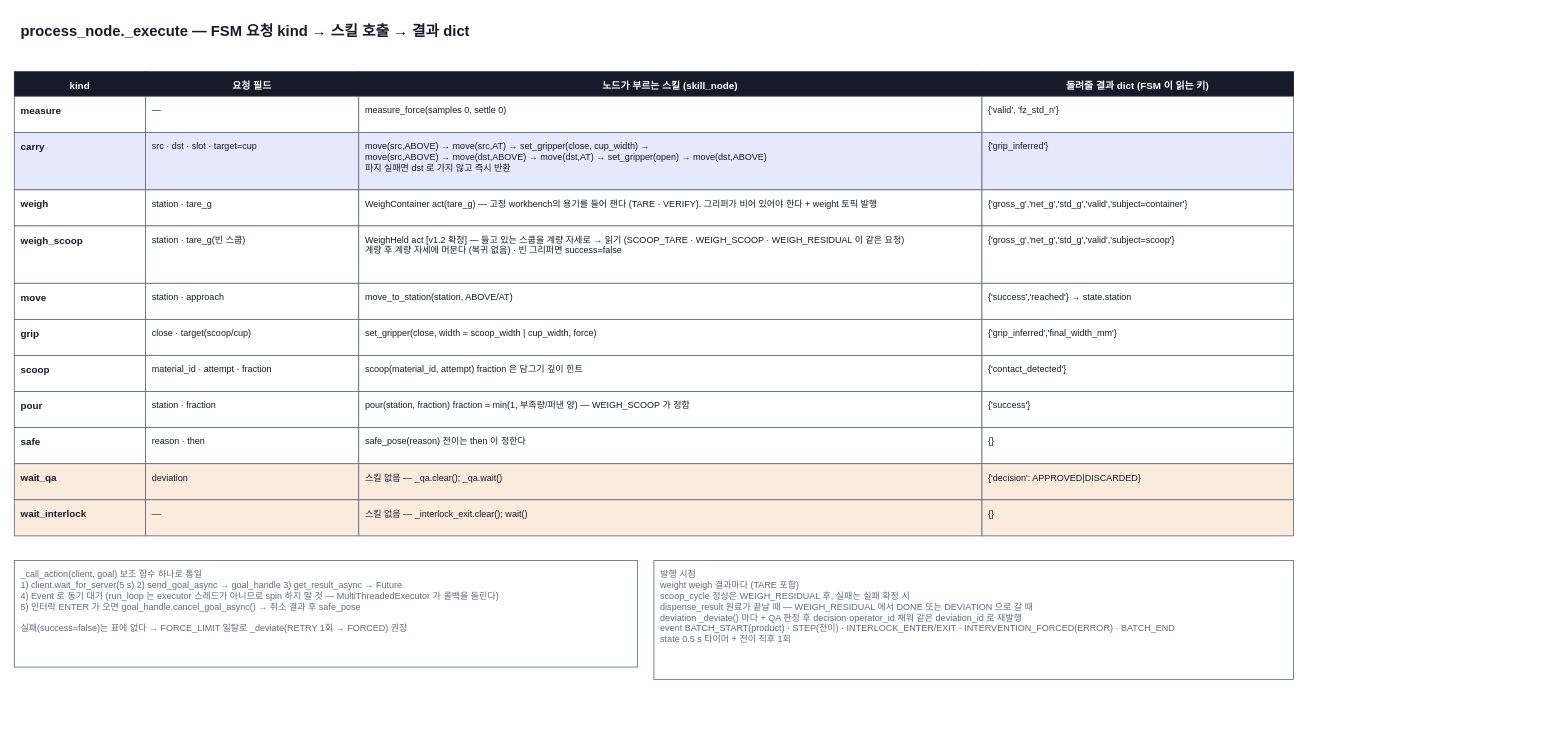
Above: page "3 요청↔스킬 번역 (_execute)" (3 of 4) of docs/diagrams/process_flow.drawio in Jik-Kim/auto-pharmacist (draw.io), before the change. Source tidied: cells renumbered, new cells numbered last; positions are measured from the earlier drawing's top-left corner, leaving out a move shared by most shapes. Both pictures are drawn from the tidied source at 82%, with x=0, y=0 at pixel (14, 14).
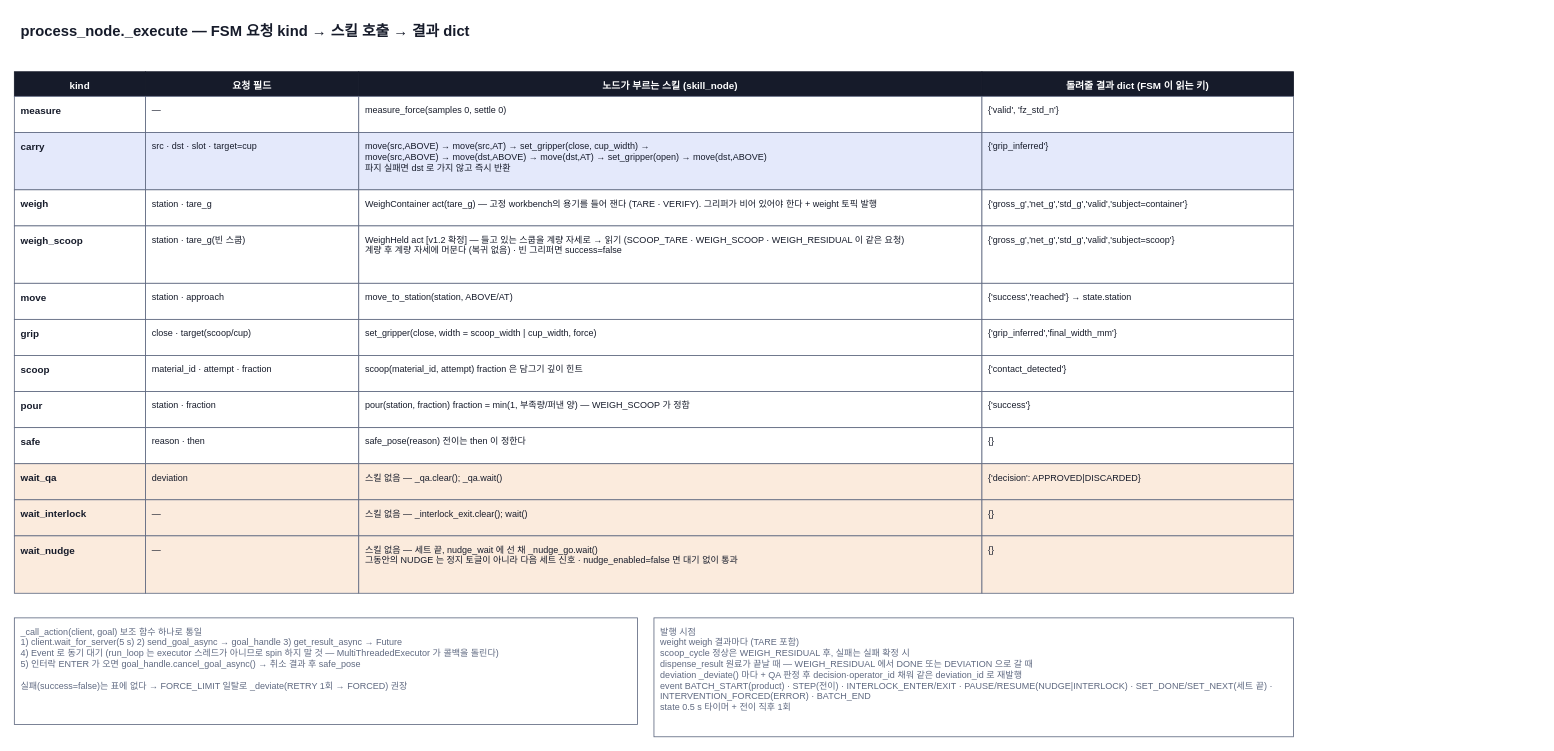
The same diagram, later.

Commit message (it also covers changes not shown here):
docs(diagrams): C 플로우차트에 세트 끝 NUDGE_WAIT 반영 — 전이도 7열, wait_nudge 요청, 상태별 흐름 행, SET_DONE/SET_NEXT

The edit, as a diff of the source:
```diff
@@
-    <mxCell id="51" value="_call_action(client, goal) 보조 함수 하나로 통일&lt;br&gt;  1) client.wait_for_server(5 s)   2) send_goal_async → goal_handle   3) get_result_async → Future&lt;br&gt;  4) Event 로 동기 대기 (run_loop 는 executor 스레드가 아니므로 spin 하지 말 것 — MultiThreadedExecutor 가 콜백을 돌린다)&lt;br&gt;  5) 인터락 ENTER 가 오면 goal_handle.cancel_goal_async()  → 취소 결과 후 safe_pose&lt;br&gt;&lt;br&gt;실패(success=false)는 표에 없다 → FORCE_LIMIT 일탈로 _deviate(RETRY 1회 → FORCED) 권장" style="rounded=0;whiteSpace=wrap;html=1;fillColor=#FFFFFF;strokeColor=#5F6980;fontColor=#5F6980;fontSize=11;align=left;verticalAlign=top;spacingTop=4;spacingLeft=6;spacingRight=6;" parent="1" vertex="1">
-      <mxGeometry y="666" width="760" height="130" as="geometry" />
+    <mxCell id="51" value="wait_nudge" style="rounded=0;whiteSpace=wrap;html=1;fillColor=#FBEBDD;strokeColor=#5F6980;fontColor=#161B2A;fontSize=12;align=left;verticalAlign=top;spacingTop=4;spacingLeft=6;spacingRight=6;fontStyle=1;" parent="1" vertex="1">
+      <mxGeometry y="636" width="160" height="70" as="geometry" />
     </mxCell>
-    <mxCell id="52" value="발행 시점&lt;br&gt;  weight            weigh 결과마다 (TARE 포함)&lt;br&gt;  scoop_cycle       정상은 WEIGH_RESIDUAL 후, 실패는 실패 확정 시&lt;br&gt;  dispense_result   원료가 끝날 때 — WEIGH_RESIDUAL 에서 DONE 또는 DEVIATION 으로 갈 때&lt;br&gt;  deviation         _deviate() 마다 + QA 판정 후 decision·operator_id 채워 같은 deviation_id 로 재발행&lt;br&gt;  event             BATCH_START(product) · STEP(전이) · INTERLOCK_ENTER/EXIT · INTERVENTION_FORCED(ERROR) · BATCH_END&lt;br&gt;  state             0.5 s 타이머 + 전이 직후 1회" style="rounded=0;whiteSpace=wrap;html=1;fillColor=#FFFFFF;strokeColor=#5F6980;fontColor=#5F6980;fontSize=11;align=left;verticalAlign=top;spacingTop=4;spacingLeft=6;spacingRight=6;" parent="1" vertex="1">
-      <mxGeometry x="780" y="666" width="780" height="145" as="geometry" />
+    <mxCell id="52" value="—" style="rounded=0;whiteSpace=wrap;html=1;fillColor=#FBEBDD;strokeColor=#5F6980;fontColor=#161B2A;fontSize=11;align=left;verticalAlign=top;spacingTop=4;spacingLeft=6;spacingRight=6;" parent="1" vertex="1">
+      <mxGeometry x="160" y="636" width="260" height="70" as="geometry" />
     </mxCell>
+    <mxCell id="53" value="스킬 없음 — 세트 끝, nudge_wait 에 선 채 _nudge_go.wait()&lt;br&gt;그동안의 NUDGE 는 정지 토글이 아니라 다음 세트 신호 · nudge_enabled=false 면 대기 없이 통과" style="rounded=0;whiteSpace=wrap;html=1;fillColor=#FBEBDD;strokeColor=#5F6980;fontColor=#161B2A;fontSize=11;align=left;verticalAlign=top;spacingTop=4;spacingLeft=6;spacingRight=6;" parent="1" vertex="1">
+      <mxGeometry x="420" y="636" width="760" height="70" as="geometry" />
+    </mxCell>
+    <mxCell id="54" value="{}" style="rounded=0;whiteSpace=wrap;html=1;fillColor=#FBEBDD;strokeColor=#5F6980;fontColor=#161B2A;fontSize=11;align=left;verticalAlign=top;spacingTop=4;spacingLeft=6;spacingRight=6;" parent="1" vertex="1">
+      <mxGeometry x="1180" y="636" width="380" height="70" as="geometry" />
+    </mxCell>
+    <mxCell id="55" value="_call_action(client, goal) 보조 함수 하나로 통일&lt;br&gt;  1) client.wait_for_server(5 s)   2) send_goal_async → goal_handle   3) get_result_async → Future&lt;br&gt;  4) Event 로 동기 대기 (run_loop 는 executor 스레드가 아니므로 spin 하지 말 것 — MultiThreadedExecutor 가 콜백을 돌린다)&lt;br&gt;  5) 인터락 ENTER 가 오면 goal_handle.cancel_goal_async()  → 취소 결과 후 safe_pose&lt;br&gt;&lt;br&gt;실패(success=false)는 표에 없다 → FORCE_LIMIT 일탈로 _deviate(RETRY 1회 → FORCED) 권장" style="rounded=0;whiteSpace=wrap;html=1;fillColor=#FFFFFF;strokeColor=#5F6980;fontColor=#5F6980;fontSize=11;align=left;verticalAlign=top;spacingTop=4;spacingLeft=6;spacingRight=6;" parent="1" vertex="1">
+      <mxGeometry y="736" width="760" height="130" as="geometry" />
+    </mxCell>
+    <mxCell id="56" value="발행 시점&lt;br&gt;  weight            weigh 결과마다 (TARE 포함)&lt;br&gt;  scoop_cycle       정상은 WEIGH_RESIDUAL 후, 실패는 실패 확정 시&lt;br&gt;  dispense_result   원료가 끝날 때 — WEIGH_RESIDUAL 에서 DONE 또는 DEVIATION 으로 갈 때&lt;br&gt;  deviation         _deviate() 마다 + QA 판정 후 decision·operator_id 채워 같은 deviation_id 로 재발행&lt;br&gt;  event             BATCH_START(product) · STEP(전이) · INTERLOCK_ENTER/EXIT · PAUSE/RESUME(NUDGE|INTERLOCK) · SET_DONE/SET_NEXT(세트 끝) · INTERVENTION_FORCED(ERROR) · BATCH_END&lt;br&gt;  state             0.5 s 타이머 + 전이 직후 1회" style="rounded=0;whiteSpace=wrap;html=1;fillColor=#FFFFFF;strokeColor=#5F6980;fontColor=#5F6980;fontSize=11;align=left;verticalAlign=top;spacingTop=4;spacingLeft=6;spacingRight=6;" parent="1" vertex="1">
+      <mxGeometry x="780" y="736" width="780" height="145" as="geometry" />
+    </mxCell>
```
